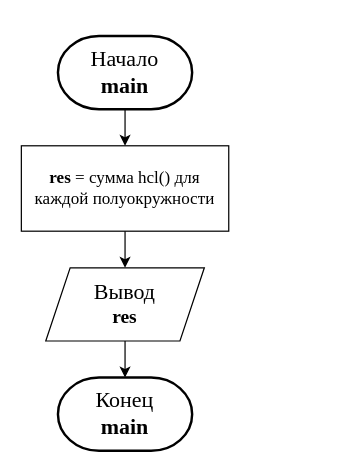
This is Block-Schemes/Блок-схема для лаборторной работы №4-1.drawio from KatCote/MTUCI_LAB, a draw.io file, before an edit. Source tidied: cells renumbered, new cells numbered last; positions are measured from the earlier drawing's top-left corner, leaving out a move shared by most shapes. Both pictures are drawn from the tidied source at 122%, with x=0, y=0 at pixel (21, 35).
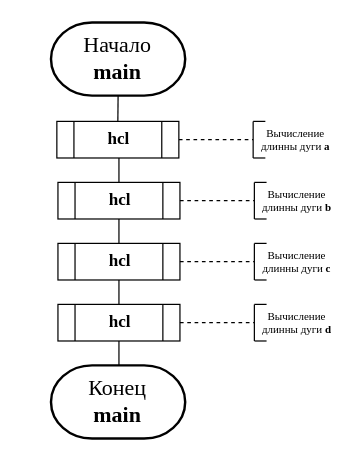
After the change.

The edit, as a diff of the source:
```diff
@@
-    <mxCell id="2" style="edgeStyle=orthogonalEdgeStyle;rounded=0;jettySize=auto;html=1;exitX=0.5;exitY=1;exitDx=0;exitDy=0;exitPerimeter=0;entryX=0.5;entryY=0;entryDx=0;entryDy=0;fontFamily=Times New Roman;fontSize=14;fontColor=#000000;labelBackgroundColor=none;labelBorderColor=none;" parent="1" edge="1" source="3">
-      <mxGeometry relative="1" as="geometry">
-        <mxPoint x="85" y="90" as="targetPoint" />
-      </mxGeometry>
-    </mxCell>
     <mxCell id="3" value="&lt;font style=&quot;font-size: 18px;&quot;&gt;Начало&lt;br style=&quot;&quot;&gt;&lt;b style=&quot;&quot;&gt;main&lt;/b&gt;&lt;/font&gt;" style="strokeWidth=2;html=1;shape=mxgraph.flowchart.terminator;whiteSpace=wrap;rounded=1;strokeColor=default;fontFamily=Times New Roman;fontSize=14;fontColor=#000000;fillColor=none;labelBackgroundColor=none;labelBorderColor=none;" parent="1" vertex="1">
-      <mxGeometry x="30" width="110" height="60" as="geometry" />
+      <mxGeometry x="24.3" y="-11.1" width="110" height="60" as="geometry" />
     </mxCell>
-    <mxCell id="4" style="edgeStyle=orthogonalEdgeStyle;rounded=0;jettySize=auto;html=1;exitX=0.5;exitY=1;exitDx=0;exitDy=0;entryX=0.5;entryY=0;entryDx=0;entryDy=0;fontFamily=Times New Roman;fontSize=14;fontColor=#000000;labelBackgroundColor=none;labelBorderColor=none;" parent="1" edge="1" source="5" target="7">
-      <mxGeometry relative="1" as="geometry" />
-    </mxCell>
-    <mxCell id="5" value="&lt;font style=&quot;font-size: 14px;&quot;&gt;&lt;b&gt;res &lt;/b&gt;= сумма hcl() для каждой полуокружности&lt;/font&gt;" style="rounded=0;whiteSpace=wrap;html=1;strokeColor=default;fontFamily=Times New Roman;fontSize=14;fontColor=#000000;fillColor=none;labelBackgroundColor=none;labelBorderColor=none;" parent="1" vertex="1">
-      <mxGeometry y="90" width="170" height="70" as="geometry" />
-    </mxCell>
-    <mxCell id="6" style="edgeStyle=orthogonalEdgeStyle;rounded=0;jettySize=auto;html=1;exitX=0.5;exitY=1;exitDx=0;exitDy=0;entryX=0.5;entryY=0;entryDx=0;entryDy=0;entryPerimeter=0;" parent="1" edge="1" source="7" target="8">
-      <mxGeometry relative="1" as="geometry" />
-    </mxCell>
-    <mxCell id="7" value="&lt;font style=&quot;font-size: 18px;&quot;&gt;Вывод&lt;br style=&quot;&quot;&gt;&lt;/font&gt;&lt;b style=&quot;&quot;&gt;&lt;font size=&quot;3&quot;&gt;res&lt;/font&gt;&lt;br&gt;&lt;/b&gt;" style="shape=parallelogram;perimeter=parallelogramPerimeter;whiteSpace=wrap;html=1;fixedSize=1;rounded=0;strokeColor=default;fontFamily=Times New Roman;fontSize=14;fontColor=#000000;fillColor=none;labelBackgroundColor=none;labelBorderColor=none;" parent="1" vertex="1">
-      <mxGeometry x="20" y="190" width="130" height="60" as="geometry" />
-    </mxCell>
     <mxCell id="8" value="&lt;font style=&quot;font-size: 18px;&quot;&gt;Конец&lt;br style=&quot;&quot;&gt;&lt;b style=&quot;&quot;&gt;main&lt;/b&gt;&lt;/font&gt;" style="strokeWidth=2;html=1;shape=mxgraph.flowchart.terminator;whiteSpace=wrap;rounded=1;strokeColor=default;fontFamily=Times New Roman;fontSize=14;fontColor=#000000;fillColor=none;labelBackgroundColor=none;labelBorderColor=none;" parent="1" vertex="1">
-      <mxGeometry x="30" y="280" width="110" height="60" as="geometry" />
+      <mxGeometry x="24.3" y="270" width="110" height="60" as="geometry" />
     </mxCell>
+    <mxCell id="9" style="endArrow=none;dashed=1;html=1;rounded=0;exitX=1;exitY=0.5;exitDx=0;exitDy=0;" parent="1" edge="1" source="11">
+      <mxGeometry relative="1" as="geometry">
+        <mxPoint x="190" y="85" as="targetPoint" />
+      </mxGeometry>
+    </mxCell>
+    <mxCell id="10" style="endArrow=none;html=1;rounded=0;" parent="1" edge="1">
+      <mxGeometry relative="1" as="geometry">
+        <mxPoint x="190" y="100" as="sourcePoint" />
+        <mxPoint x="190" y="70" as="targetPoint" />
+      </mxGeometry>
+    </mxCell>
+    <mxCell id="11" style="verticalLabelPosition=bottom;verticalAlign=top;html=1;shape=process;whiteSpace=wrap;rounded=0;size=0.14;arcSize=6;" parent="1" vertex="1">
+      <mxGeometry x="29.1" y="70" width="100" height="30" as="geometry" />
+    </mxCell>
+    <mxCell id="12" style="endArrow=none;html=1;rounded=0;entryX=0.5;entryY=1;entryDx=0;entryDy=0;entryPerimeter=0;exitX=0.5;exitY=0;exitDx=0;exitDy=0;" parent="1" edge="1" source="11" target="3">
+      <mxGeometry relative="1" as="geometry" />
+    </mxCell>
+    <mxCell id="13" value="&lt;font style=&quot;font-size: 14px;&quot; face=&quot;Times New Roman&quot;&gt;&lt;b&gt;hcl&lt;/b&gt;&lt;/font&gt;" style="text;html=1;strokeColor=none;fillColor=none;align=center;verticalAlign=middle;whiteSpace=wrap;rounded=0;" parent="1" vertex="1">
+      <mxGeometry x="50" y="70" width="60" height="30" as="geometry" />
+    </mxCell>
+    <mxCell id="14" style="verticalLabelPosition=bottom;verticalAlign=top;html=1;shape=process;whiteSpace=wrap;rounded=0;size=0.14;arcSize=6;" parent="1" vertex="1">
+      <mxGeometry x="30" y="120" width="100" height="30" as="geometry" />
+    </mxCell>
+    <mxCell id="15" value="&lt;font style=&quot;font-size: 14px;&quot; face=&quot;Times New Roman&quot;&gt;&lt;b&gt;hcl&lt;/b&gt;&lt;/font&gt;" style="text;html=1;strokeColor=none;fillColor=none;align=center;verticalAlign=middle;whiteSpace=wrap;rounded=0;" parent="1" vertex="1">
+      <mxGeometry x="50.9" y="120" width="60" height="30" as="geometry" />
+    </mxCell>
+    <mxCell id="16" style="verticalLabelPosition=bottom;verticalAlign=top;html=1;shape=process;whiteSpace=wrap;rounded=0;size=0.14;arcSize=6;" parent="1" vertex="1">
+      <mxGeometry x="30" y="170" width="100" height="30" as="geometry" />
+    </mxCell>
+    <mxCell id="17" value="&lt;font style=&quot;font-size: 14px;&quot; face=&quot;Times New Roman&quot;&gt;&lt;b&gt;hcl&lt;/b&gt;&lt;/font&gt;" style="text;html=1;strokeColor=none;fillColor=none;align=center;verticalAlign=middle;whiteSpace=wrap;rounded=0;" parent="1" vertex="1">
+      <mxGeometry x="50.9" y="170" width="60" height="30" as="geometry" />
+    </mxCell>
+    <mxCell id="18" style="verticalLabelPosition=bottom;verticalAlign=top;html=1;shape=process;whiteSpace=wrap;rounded=0;size=0.14;arcSize=6;" parent="1" vertex="1">
+      <mxGeometry x="30" y="220" width="100" height="30" as="geometry" />
+    </mxCell>
+    <mxCell id="19" value="&lt;font style=&quot;font-size: 14px;&quot; face=&quot;Times New Roman&quot;&gt;&lt;b&gt;hcl&lt;/b&gt;&lt;/font&gt;" style="text;html=1;strokeColor=none;fillColor=none;align=center;verticalAlign=middle;whiteSpace=wrap;rounded=0;" parent="1" vertex="1">
+      <mxGeometry x="50.9" y="220" width="60" height="30" as="geometry" />
+    </mxCell>
+    <mxCell id="20" style="endArrow=none;html=1;rounded=0;entryX=0.5;entryY=1;entryDx=0;entryDy=0;" parent="1" edge="1" target="13">
+      <mxGeometry relative="1" as="geometry">
+        <mxPoint x="80" y="120" as="sourcePoint" />
+      </mxGeometry>
+    </mxCell>
+    <mxCell id="21" style="endArrow=none;html=1;rounded=0;entryX=0.5;entryY=1;entryDx=0;entryDy=0;" parent="1" edge="1">
+      <mxGeometry relative="1" as="geometry">
+        <mxPoint x="80" y="170" as="sourcePoint" />
+        <mxPoint x="80" y="150" as="targetPoint" />
+      </mxGeometry>
+    </mxCell>
+    <mxCell id="22" style="endArrow=none;html=1;rounded=0;entryX=0.5;entryY=1;entryDx=0;entryDy=0;" parent="1" edge="1">
+      <mxGeometry relative="1" as="geometry">
+        <mxPoint x="80" y="220" as="sourcePoint" />
+        <mxPoint x="80" y="200" as="targetPoint" />
+      </mxGeometry>
+    </mxCell>
+    <mxCell id="23" style="endArrow=none;html=1;rounded=0;entryX=0.5;entryY=1;entryDx=0;entryDy=0;" parent="1" edge="1">
+      <mxGeometry relative="1" as="geometry">
+        <mxPoint x="80" y="270" as="sourcePoint" />
+        <mxPoint x="80" y="250" as="targetPoint" />
+      </mxGeometry>
+    </mxCell>
+    <mxCell id="24" style="endArrow=none;html=1;rounded=0;" parent="1" edge="1">
+      <mxGeometry relative="1" as="geometry">
+        <mxPoint x="190" y="70" as="sourcePoint" />
+        <mxPoint x="200" y="70" as="targetPoint" />
+      </mxGeometry>
+    </mxCell>
+    <mxCell id="25" style="endArrow=none;html=1;rounded=0;" parent="1" edge="1">
+      <mxGeometry relative="1" as="geometry">
+        <mxPoint x="190" y="100" as="sourcePoint" />
+        <mxPoint x="200" y="100" as="targetPoint" />
+      </mxGeometry>
+    </mxCell>
+    <mxCell id="26" value="&lt;div style=&quot;font-size: 9px;&quot;&gt;&lt;font style=&quot;font-size: 9px;&quot; face=&quot;Times New Roman&quot;&gt;&lt;span style=&quot;background-color: initial;&quot;&gt;Вычисление длинны дуги &lt;/span&gt;&lt;b style=&quot;background-color: initial;&quot;&gt;a&lt;/b&gt;&lt;/font&gt;&lt;/div&gt;" style="text;html=1;strokeColor=none;fillColor=none;align=center;verticalAlign=middle;whiteSpace=wrap;rounded=0;" parent="1" vertex="1">
+      <mxGeometry x="190" y="70" width="70" height="30" as="geometry" />
+    </mxCell>
+    <mxCell id="27" style="endArrow=none;dashed=1;html=1;rounded=0;exitX=1;exitY=0.5;exitDx=0;exitDy=0;" parent="1" edge="1">
+      <mxGeometry relative="1" as="geometry">
+        <mxPoint x="130" y="135" as="sourcePoint" />
+        <mxPoint x="191" y="135" as="targetPoint" />
+      </mxGeometry>
+    </mxCell>
+    <mxCell id="28" style="endArrow=none;html=1;rounded=0;" parent="1" edge="1">
+      <mxGeometry relative="1" as="geometry">
+        <mxPoint x="191" y="150" as="sourcePoint" />
+        <mxPoint x="191" y="120" as="targetPoint" />
+      </mxGeometry>
+    </mxCell>
+    <mxCell id="29" style="endArrow=none;html=1;rounded=0;" parent="1" edge="1">
+      <mxGeometry relative="1" as="geometry">
+        <mxPoint x="191" y="120" as="sourcePoint" />
+        <mxPoint x="201" y="120" as="targetPoint" />
+      </mxGeometry>
+    </mxCell>
+    <mxCell id="30" style="endArrow=none;html=1;rounded=0;" parent="1" edge="1">
+      <mxGeometry relative="1" as="geometry">
+        <mxPoint x="191" y="150" as="sourcePoint" />
+        <mxPoint x="201" y="150" as="targetPoint" />
+      </mxGeometry>
+    </mxCell>
+    <mxCell id="31" value="&lt;div style=&quot;font-size: 9px;&quot;&gt;&lt;font style=&quot;font-size: 9px;&quot; face=&quot;Times New Roman&quot;&gt;&lt;span style=&quot;background-color: initial;&quot;&gt;Вычисление длинны дуги &lt;b&gt;b&lt;/b&gt;&lt;/span&gt;&lt;/font&gt;&lt;/div&gt;" style="text;html=1;strokeColor=none;fillColor=none;align=center;verticalAlign=middle;whiteSpace=wrap;rounded=0;" parent="1" vertex="1">
+      <mxGeometry x="191" y="120" width="70" height="30" as="geometry" />
+    </mxCell>
+    <mxCell id="32" style="endArrow=none;dashed=1;html=1;rounded=0;exitX=1;exitY=0.5;exitDx=0;exitDy=0;" parent="1" edge="1">
+      <mxGeometry relative="1" as="geometry">
+        <mxPoint x="130" y="185" as="sourcePoint" />
+        <mxPoint x="191" y="185" as="targetPoint" />
+      </mxGeometry>
+    </mxCell>
+    <mxCell id="33" style="endArrow=none;html=1;rounded=0;" parent="1" edge="1">
+      <mxGeometry relative="1" as="geometry">
+        <mxPoint x="191" y="200" as="sourcePoint" />
+        <mxPoint x="191" y="170" as="targetPoint" />
+      </mxGeometry>
+    </mxCell>
+    <mxCell id="34" style="endArrow=none;html=1;rounded=0;" parent="1" edge="1">
+      <mxGeometry relative="1" as="geometry">
+        <mxPoint x="191" y="170" as="sourcePoint" />
+        <mxPoint x="201" y="170" as="targetPoint" />
+      </mxGeometry>
+    </mxCell>
+    <mxCell id="35" style="endArrow=none;html=1;rounded=0;" parent="1" edge="1">
+      <mxGeometry relative="1" as="geometry">
+        <mxPoint x="191" y="200" as="sourcePoint" />
+        <mxPoint x="201" y="200" as="targetPoint" />
+      </mxGeometry>
+    </mxCell>
+    <mxCell id="36" value="&lt;div style=&quot;font-size: 9px;&quot;&gt;&lt;font style=&quot;font-size: 9px;&quot; face=&quot;Times New Roman&quot;&gt;&lt;span style=&quot;background-color: initial;&quot;&gt;Вычисление длинны дуги &lt;b&gt;c&lt;/b&gt;&lt;/span&gt;&lt;/font&gt;&lt;/div&gt;" style="text;html=1;strokeColor=none;fillColor=none;align=center;verticalAlign=middle;whiteSpace=wrap;rounded=0;" parent="1" vertex="1">
+      <mxGeometry x="191" y="170" width="70" height="30" as="geometry" />
+    </mxCell>
+    <mxCell id="37" style="endArrow=none;dashed=1;html=1;rounded=0;exitX=1;exitY=0.5;exitDx=0;exitDy=0;" parent="1" edge="1">
+      <mxGeometry relative="1" as="geometry">
+        <mxPoint x="130" y="235" as="sourcePoint" />
+        <mxPoint x="191" y="235" as="targetPoint" />
+      </mxGeometry>
+    </mxCell>
+    <mxCell id="38" style="endArrow=none;html=1;rounded=0;" parent="1" edge="1">
+      <mxGeometry relative="1" as="geometry">
+        <mxPoint x="191" y="250" as="sourcePoint" />
+        <mxPoint x="191" y="220" as="targetPoint" />
+      </mxGeometry>
+    </mxCell>
+    <mxCell id="39" style="endArrow=none;html=1;rounded=0;" parent="1" edge="1">
+      <mxGeometry relative="1" as="geometry">
+        <mxPoint x="191" y="220" as="sourcePoint" />
+        <mxPoint x="201" y="220" as="targetPoint" />
+      </mxGeometry>
+    </mxCell>
+    <mxCell id="40" style="endArrow=none;html=1;rounded=0;" parent="1" edge="1">
+      <mxGeometry relative="1" as="geometry">
+        <mxPoint x="191" y="250" as="sourcePoint" />
+        <mxPoint x="201" y="250" as="targetPoint" />
+      </mxGeometry>
+    </mxCell>
+    <mxCell id="41" value="&lt;div style=&quot;font-size: 9px;&quot;&gt;&lt;font style=&quot;font-size: 9px;&quot; face=&quot;Times New Roman&quot;&gt;&lt;span style=&quot;background-color: initial;&quot;&gt;Вычисление длинны дуги &lt;b&gt;d&lt;/b&gt;&lt;/span&gt;&lt;/font&gt;&lt;/div&gt;" style="text;html=1;strokeColor=none;fillColor=none;align=center;verticalAlign=middle;whiteSpace=wrap;rounded=0;" parent="1" vertex="1">
+      <mxGeometry x="191" y="220" width="70" height="30" as="geometry" />
+    </mxCell>
```
